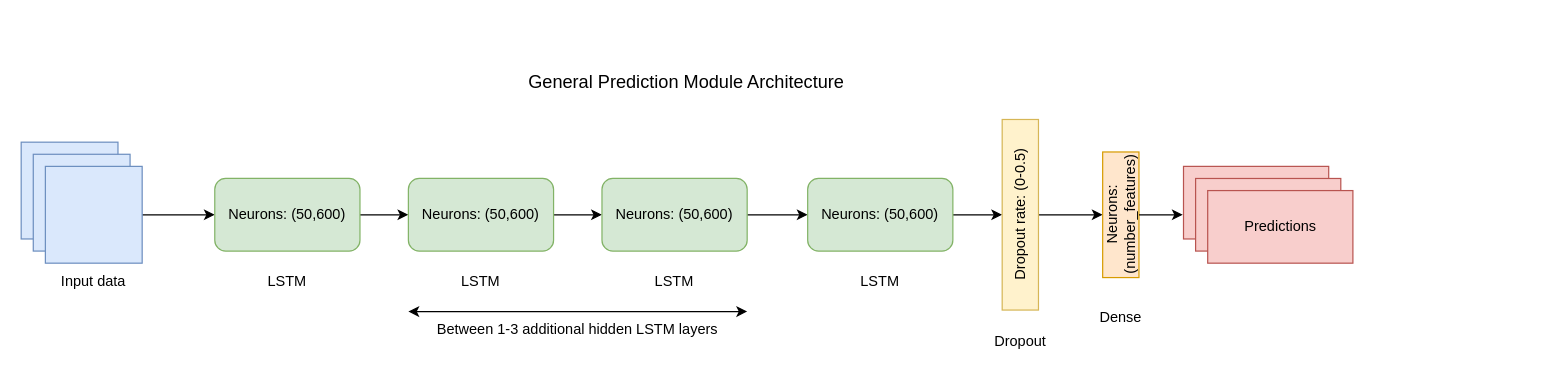
Earlier version of the draw.io diagram general_model.drawio (ChristinaSpanellis/AAL_ICL). Source tidied: cells renumbered, new cells numbered last; positions are measured from the earlier drawing's top-left corner, leaving out a move shared by most shapes. Both pictures are drawn from the tidied source at 121%, with x=0, y=0 at pixel (21, 57).
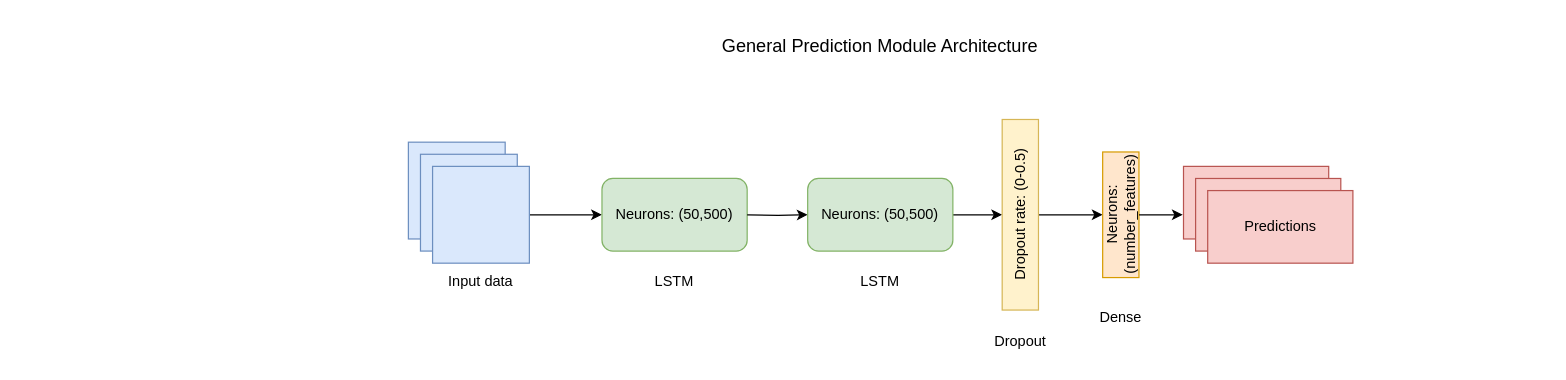
The same diagram, later.

Diff of the diagram source:
```diff
@@
     <mxCell id="2" style="whiteSpace=wrap;html=1;fillColor=#dae8fc;strokeColor=#6c8ebf;" parent="1" vertex="1">
-      <mxGeometry y="70" width="80" height="80" as="geometry" />
+      <mxGeometry x="320" y="70" width="80" height="80" as="geometry" />
     </mxCell>
     <mxCell id="3" style="whiteSpace=wrap;html=1;fillColor=#dae8fc;strokeColor=#6c8ebf;" parent="1" vertex="1">
-      <mxGeometry x="10" y="80" width="80" height="80" as="geometry" />
+      <mxGeometry x="330" y="80" width="80" height="80" as="geometry" />
     </mxCell>
@@
     <mxCell id="5" style="whiteSpace=wrap;html=1;fillColor=#dae8fc;strokeColor=#6c8ebf;" parent="1" vertex="1">
-      <mxGeometry x="20" y="90" width="80" height="80" as="geometry" />
+      <mxGeometry x="340" y="90" width="80" height="80" as="geometry" />
     </mxCell>
-    <mxCell id="6" style="edgeStyle=orthogonalEdgeStyle;rounded=0;jettySize=auto;html=1;" parent="1" edge="1" source="7" target="9">
-      <mxGeometry relative="1" as="geometry" />
-    </mxCell>
-    <mxCell id="7" value="Neurons: (50,600)" style="rounded=1;whiteSpace=wrap;html=1;fillColor=#d5e8d4;strokeColor=#82b366;" parent="1" vertex="1">
-      <mxGeometry x="160" y="100" width="120" height="60" as="geometry" />
+    <mxCell id="7" value="Neurons: (50,500)" style="rounded=1;whiteSpace=wrap;html=1;fillColor=#d5e8d4;strokeColor=#82b366;" parent="1" vertex="1">
+      <mxGeometry x="480" y="100" width="120" height="60" as="geometry" />
     </mxCell>
-    <mxCell id="8" style="edgeStyle=orthogonalEdgeStyle;rounded=0;jettySize=auto;html=1;" parent="1" edge="1" source="9" target="11">
-      <mxGeometry relative="1" as="geometry" />
-    </mxCell>
-    <mxCell id="9" value="Neurons: (50,600)" style="rounded=1;whiteSpace=wrap;html=1;fillColor=#d5e8d4;strokeColor=#82b366;" parent="1" vertex="1">
-      <mxGeometry x="320" y="100" width="120" height="60" as="geometry" />
-    </mxCell>
-    <mxCell id="10" style="edgeStyle=orthogonalEdgeStyle;rounded=0;jettySize=auto;html=1;" parent="1" edge="1" source="11" target="13">
-      <mxGeometry relative="1" as="geometry" />
+    <mxCell id="10" style="edgeStyle=orthogonalEdgeStyle;rounded=0;jettySize=auto;html=1;" parent="1" edge="1" target="13">
+      <mxGeometry relative="1" as="geometry">
+        <mxPoint x="600" y="130" as="sourcePoint" />
+      </mxGeometry>
     </mxCell>
-    <mxCell id="11" value="Neurons: (50,600)" style="rounded=1;whiteSpace=wrap;html=1;fillColor=#d5e8d4;strokeColor=#82b366;" parent="1" vertex="1">
-      <mxGeometry x="480" y="100" width="120" height="60" as="geometry" />
-    </mxCell>
@@
-    <mxCell id="13" value="Neurons: (50,600)" style="rounded=1;whiteSpace=wrap;html=1;fillColor=#d5e8d4;strokeColor=#82b366;" parent="1" vertex="1">
+    <mxCell id="13" value="Neurons: (50,500)" style="rounded=1;whiteSpace=wrap;html=1;fillColor=#d5e8d4;strokeColor=#82b366;" parent="1" vertex="1">
       <mxGeometry x="650" y="100" width="120" height="60" as="geometry" />
     </mxCell>
@@
     <mxCell id="18" value="LSTM" style="text;html=1;strokeColor=none;fillColor=none;align=center;verticalAlign=middle;whiteSpace=wrap;rounded=0;" parent="1" vertex="1">
-      <mxGeometry x="190" y="170" width="60" height="30" as="geometry" />
+      <mxGeometry x="510" y="170" width="60" height="30" as="geometry" />
     </mxCell>
     <mxCell id="19" value="Input data" style="text;html=1;strokeColor=none;fillColor=none;align=center;verticalAlign=middle;whiteSpace=wrap;rounded=0;" parent="1" vertex="1">
-      <mxGeometry x="30" y="170" width="60" height="30" as="geometry" />
+      <mxGeometry x="350" y="170" width="60" height="30" as="geometry" />
     </mxCell>
-    <mxCell id="20" value="LSTM" style="text;html=1;strokeColor=none;fillColor=none;align=center;verticalAlign=middle;whiteSpace=wrap;rounded=0;" parent="1" vertex="1">
-      <mxGeometry x="350" y="170" width="60" height="30" as="geometry" />
-    </mxCell>
-    <mxCell id="21" value="LSTM" style="text;html=1;strokeColor=none;fillColor=none;align=center;verticalAlign=middle;whiteSpace=wrap;rounded=0;" parent="1" vertex="1">
-      <mxGeometry x="510" y="170" width="60" height="30" as="geometry" />
-    </mxCell>
@@
-    <mxCell id="25" value="Between 1-3 additional hidden LSTM layers" style="text;html=1;strokeColor=none;fillColor=none;align=center;verticalAlign=middle;whiteSpace=wrap;rounded=0;" parent="1" vertex="1">
-      <mxGeometry x="320" y="210" width="280" height="30" as="geometry" />
-    </mxCell>
-    <mxCell id="26" style="endArrow=classic;startArrow=classic;html=1;rounded=1;" parent="1" edge="1">
-      <mxGeometry relative="1" as="geometry">
-        <mxPoint x="320" y="210" as="sourcePoint" />
-        <mxPoint x="600" y="210" as="targetPoint" />
-      </mxGeometry>
-    </mxCell>
@@
     <mxCell id="30" value="&lt;font style=&quot;font-size: 15px;&quot;&gt;General Prediction Module Architecture&lt;/font&gt;" style="text;html=1;strokeColor=none;fillColor=none;align=center;verticalAlign=middle;whiteSpace=wrap;rounded=0;" parent="1" vertex="1">
-      <mxGeometry width="1100" height="40" as="geometry" />
+      <mxGeometry x="160" y="-30" width="1100" height="40" as="geometry" />
     </mxCell>
```
